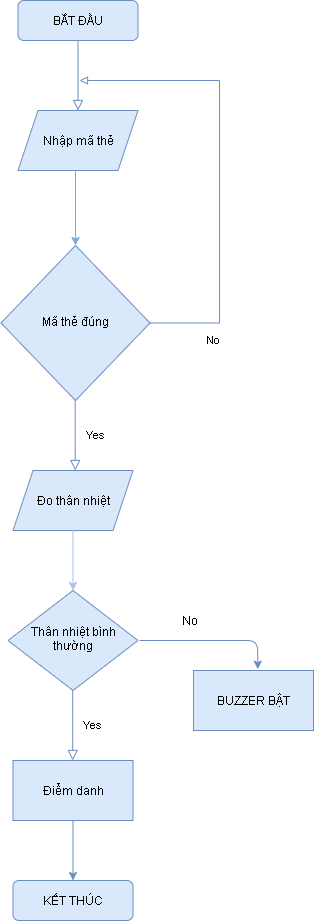
Before: Untitled Diagram.png, a diagram exported from draw.io (danghuynhthi/baitest01). Source tidied: cells renumbered, new cells last; positions are measured from the earlier drawing's top-left corner, leaving out a move shared by most shapes.
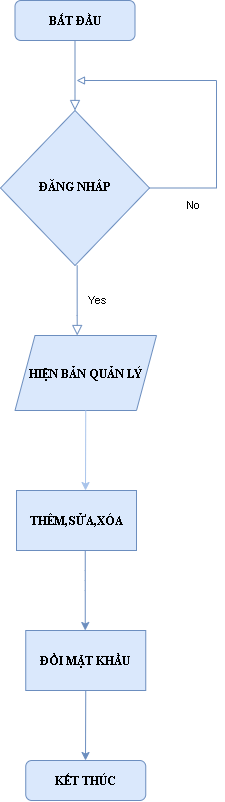
Later version of the same file.

Change to the diagram source:
```diff
@@ -2,85 +2,66 @@
   <root>
     <mxCell id="0" />
     <mxCell id="1" parent="0" />
-    <mxCell id="2" style="rounded=0;html=1;jettySize=auto;fontSize=11;endArrow=block;endFill=0;endSize=8;strokeWidth=1;shadow=0;labelBackgroundColor=none;edgeStyle=orthogonalEdgeStyle;fillColor=#dae8fc;strokeColor=#6c8ebf;entryX=0.5;entryY=0;entryDx=0;entryDy=0;" parent="1" edge="1" source="3" target="10">
-      <mxGeometry relative="1" as="geometry" />
+    <mxCell id="2" style="rounded=0;html=1;jettySize=auto;fontSize=11;endArrow=block;endFill=0;endSize=8;strokeWidth=1;shadow=0;labelBackgroundColor=none;edgeStyle=orthogonalEdgeStyle;fillColor=#dae8fc;strokeColor=#6c8ebf;entryX=0.5;entryY=0;entryDx=0;entryDy=0;" parent="1" edge="1" source="3">
+      <mxGeometry relative="1" as="geometry">
+        <mxPoint x="76.5" y="110" as="targetPoint" />
+      </mxGeometry>
     </mxCell>
-    <mxCell id="3" value="BẮT ĐẦU" style="rounded=1;whiteSpace=wrap;html=1;fontSize=12;glass=0;strokeWidth=1;shadow=0;fillColor=#dae8fc;strokeColor=#6c8ebf;" parent="1" vertex="1">
+    <mxCell id="3" value="&lt;font face=&quot;Times New Roman&quot;&gt;&lt;b&gt;BẮT ĐẦU&lt;/b&gt;&lt;/font&gt;" style="rounded=1;whiteSpace=wrap;html=1;fontSize=12;glass=0;strokeWidth=1;shadow=0;fillColor=#dae8fc;strokeColor=#6c8ebf;" parent="1" vertex="1">
       <mxGeometry x="16.5" width="120" height="40" as="geometry" />
     </mxCell>
-    <mxCell id="4" value="Mã thẻ đúng" style="rhombus;whiteSpace=wrap;html=1;shadow=0;fontFamily=Helvetica;fontSize=12;align=center;strokeWidth=1;spacing=6;spacingTop=-4;fillColor=#dae8fc;strokeColor=#6c8ebf;" parent="1" vertex="1">
-      <mxGeometry x="-0.5" y="245" width="149" height="155" as="geometry" />
+    <mxCell id="4" value="&lt;b&gt;&lt;font face=&quot;Times New Roman&quot;&gt;ĐĂNG NHÂP&lt;/font&gt;&lt;/b&gt;" style="rhombus;whiteSpace=wrap;html=1;shadow=0;fontFamily=Helvetica;fontSize=12;align=center;strokeWidth=1;spacing=6;spacingTop=-4;fillColor=#dae8fc;strokeColor=#6c8ebf;" parent="1" vertex="1">
+      <mxGeometry x="2" y="110" width="149" height="155" as="geometry" />
     </mxCell>
-    <mxCell id="5" value="Thân nhiệt bình thường" style="rhombus;whiteSpace=wrap;html=1;shadow=0;fontFamily=Helvetica;fontSize=12;align=center;strokeWidth=1;spacing=6;spacingTop=-4;fillColor=#dae8fc;strokeColor=#6c8ebf;" parent="1" vertex="1">
-      <mxGeometry x="6.5" y="590" width="130" height="100" as="geometry" />
-    </mxCell>
-    <mxCell id="6" value="KẾT THÚC" style="rounded=1;whiteSpace=wrap;html=1;fontSize=12;glass=0;strokeWidth=1;shadow=0;fillColor=#dae8fc;strokeColor=#6c8ebf;" parent="1" vertex="1">
-      <mxGeometry x="11.5" y="880" width="120" height="40" as="geometry" />
+    <mxCell id="6" value="&lt;b&gt;&lt;font face=&quot;Times New Roman&quot;&gt;KẾT THÚC&lt;/font&gt;&lt;/b&gt;" style="rounded=1;whiteSpace=wrap;html=1;fontSize=12;glass=0;strokeWidth=1;shadow=0;fillColor=#dae8fc;strokeColor=#6c8ebf;" parent="1" vertex="1">
+      <mxGeometry x="27.2" y="760" width="120" height="40" as="geometry" />
     </mxCell>
     <mxCell id="7" value="Yes" style="rounded=0;html=1;jettySize=auto;orthogonalLoop=1;fontSize=11;endArrow=block;endFill=0;endSize=8;strokeWidth=1;shadow=0;labelBackgroundColor=none;edgeStyle=orthogonalEdgeStyle;entryX=0.5;entryY=0;entryDx=0;entryDy=0;fillColor=#dae8fc;strokeColor=#6c8ebf;" parent="1" edge="1">
       <mxGeometry y="20" relative="1" as="geometry">
-        <mxPoint x="73.7" y="400" as="sourcePoint" />
-        <mxPoint x="73.7" y="470" as="targetPoint" />
+        <mxPoint x="78.7" y="265" as="sourcePoint" />
+        <mxPoint x="78.7" y="335" as="targetPoint" />
         <Array as="points">
-          <mxPoint x="74.2" y="450" />
-          <mxPoint x="74.2" y="450" />
+          <mxPoint x="79.2" y="315" />
+          <mxPoint x="79.2" y="315" />
         </Array>
       </mxGeometry>
     </mxCell>
-    <mxCell id="8" value="Đo thân nhiệt" style="shape=parallelogram;perimeter=parallelogramPerimeter;whiteSpace=wrap;html=1;fixedSize=1;fillColor=#dae8fc;strokeColor=#6c8ebf;" parent="1" vertex="1">
-      <mxGeometry x="11.5" y="470" width="120" height="60" as="geometry" />
+    <mxCell id="8" value="&lt;font face=&quot;Times New Roman&quot;&gt;&lt;b&gt;HIỆN BẢN QUẢN LÝ&lt;/b&gt;&lt;/font&gt;" style="shape=parallelogram;perimeter=parallelogramPerimeter;whiteSpace=wrap;html=1;fixedSize=1;fillColor=#dae8fc;strokeColor=#6c8ebf;" parent="1" vertex="1">
+      <mxGeometry x="16.5" y="335" width="141.5" height="75" as="geometry" />
     </mxCell>
     <mxCell id="9" style="endArrow=classic;html=1;exitX=0.5;exitY=1;exitDx=0;exitDy=0;fillColor=#f5f5f5;strokeColor=#A9C4EB;" parent="1" edge="1" source="8">
       <mxGeometry relative="1" as="geometry">
-        <mxPoint x="71.5" y="590" as="targetPoint" />
+        <mxPoint x="87" y="490" as="targetPoint" />
       </mxGeometry>
     </mxCell>
-    <mxCell id="10" value="&lt;span&gt;Nhập mã thẻ&lt;/span&gt;" style="shape=parallelogram;perimeter=parallelogramPerimeter;whiteSpace=wrap;html=1;fixedSize=1;fillColor=#dae8fc;strokeColor=#6c8ebf;" parent="1" vertex="1">
-      <mxGeometry x="16.5" y="110" width="120" height="60" as="geometry" />
-    </mxCell>
-    <mxCell id="11" style="endArrow=classic;html=1;entryX=0.5;entryY=0;entryDx=0;entryDy=0;strokeColor=#7EA6E0;" parent="1" edge="1" target="4">
-      <mxGeometry relative="1" as="geometry">
-        <mxPoint x="74" y="170" as="sourcePoint" />
-      </mxGeometry>
-    </mxCell>
-    <mxCell id="12" value="Điểm danh" style="rounded=0;whiteSpace=wrap;html=1;fillColor=#dae8fc;strokeColor=#6c8ebf;" parent="1" vertex="1">
-      <mxGeometry x="11.5" y="760" width="120" height="60" as="geometry" />
+    <mxCell id="12" value="&lt;b&gt;&lt;font face=&quot;Times New Roman&quot;&gt;ĐỔI MẬT KHẨU&lt;/font&gt;&lt;/b&gt;" style="rounded=0;whiteSpace=wrap;html=1;fillColor=#dae8fc;strokeColor=#6c8ebf;" parent="1" vertex="1">
+      <mxGeometry x="27.2" y="630" width="120" height="60" as="geometry" />
     </mxCell>
-    <mxCell id="13" style="endArrow=classic;html=1;entryX=0.5;entryY=0;entryDx=0;entryDy=0;exitX=0.5;exitY=1;exitDx=0;exitDy=0;fillColor=#dae8fc;strokeColor=#6c8ebf;" parent="1" edge="1" source="12" target="6">
-      <mxGeometry relative="1" as="geometry" />
+    <mxCell id="13" style="endArrow=classic;html=1;exitX=0.5;exitY=1;exitDx=0;exitDy=0;fillColor=#dae8fc;strokeColor=#6c8ebf;" parent="1" edge="1" source="12">
+      <mxGeometry relative="1" as="geometry">
+        <mxPoint x="87" y="760" as="targetPoint" />
+      </mxGeometry>
     </mxCell>
-    <mxCell id="14" value="Yes" style="rounded=0;html=1;jettySize=auto;orthogonalLoop=1;fontSize=11;endArrow=block;endFill=0;endSize=8;strokeWidth=1;shadow=0;labelBackgroundColor=none;edgeStyle=orthogonalEdgeStyle;entryX=0.5;entryY=0;entryDx=0;entryDy=0;fillColor=#dae8fc;strokeColor=#6c8ebf;" parent="1" edge="1">
-      <mxGeometry y="20" relative="1" as="geometry">
-        <mxPoint x="71.2" y="690" as="sourcePoint" />
-        <mxPoint x="71.2" y="760" as="targetPoint" />
-        <Array as="points">
-          <mxPoint x="71.7" y="740" />
-          <mxPoint x="71.7" y="740" />
-        </Array>
-      </mxGeometry>
-    </mxCell>
     <mxCell id="15" value="No" style="rounded=0;html=1;jettySize=auto;fontSize=11;endArrow=block;endFill=0;endSize=6;strokeWidth=1;shadow=0;labelBackgroundColor=none;edgeStyle=orthogonalEdgeStyle;fillColor=#dae8fc;strokeColor=#6c8ebf;exitX=1;exitY=0.5;exitDx=0;exitDy=0;" parent="1" edge="1" source="4">
       <mxGeometry x="-0.72" y="-17" relative="1" as="geometry">
         <mxPoint x="78" y="80" as="targetPoint" />
         <Array as="points">
-          <mxPoint x="218" y="322" />
+          <mxPoint x="218" y="188" />
           <mxPoint x="218" y="80" />
         </Array>
       </mxGeometry>
     </mxCell>
-    <mxCell id="16" value="BUZZER BẬT" style="rounded=0;whiteSpace=wrap;html=1;fillColor=#dae8fc;strokeColor=#6c8ebf;" parent="1" vertex="1">
-      <mxGeometry x="192" y="670" width="120" height="60" as="geometry" />
+    <mxCell id="16" value="&lt;b&gt;&lt;font face=&quot;Times New Roman&quot;&gt;THÊM,SỬA,XÓA&lt;/font&gt;&lt;/b&gt;" style="rounded=0;whiteSpace=wrap;html=1;fillColor=#dae8fc;strokeColor=#6c8ebf;" parent="1" vertex="1">
+      <mxGeometry x="18" y="490" width="120" height="60" as="geometry" />
     </mxCell>
-    <mxCell id="17" style="endArrow=classic;html=1;fillColor=#dae8fc;strokeColor=#6c8ebf;entryX=0.536;entryY=-0.021;entryDx=0;entryDy=0;entryPerimeter=0;" parent="1" edge="1" target="16">
-      <mxGeometry relative="1" as="geometry">
-        <mxPoint x="138" y="640" as="sourcePoint" />
-        <Array as="points">
-          <mxPoint x="256" y="640" />
-        </Array>
-      </mxGeometry>
-    </mxCell>
-    <mxCell id="18" value="No" style="text;html=1;align=center;verticalAlign=middle;" parent="1" vertex="1">
-      <mxGeometry x="173" y="610" width="30" height="20" as="geometry" />
-    </mxCell>
+    <mxCell id="19" style="endArrow=classic;html=1;fillColor=#dae8fc;strokeColor=#6c8ebf;" parent="1" edge="1">
+      <mxGeometry relative="1" as="geometry">
+        <mxPoint x="86.8" y="550" as="sourcePoint" />
+        <mxPoint x="86.8" y="630" as="targetPoint" />
+        <Array as="points">
+          <mxPoint x="86.8" y="580" />
+        </Array>
+      </mxGeometry>
+    </mxCell>
   </root>
 </mxGraphModel>
```
